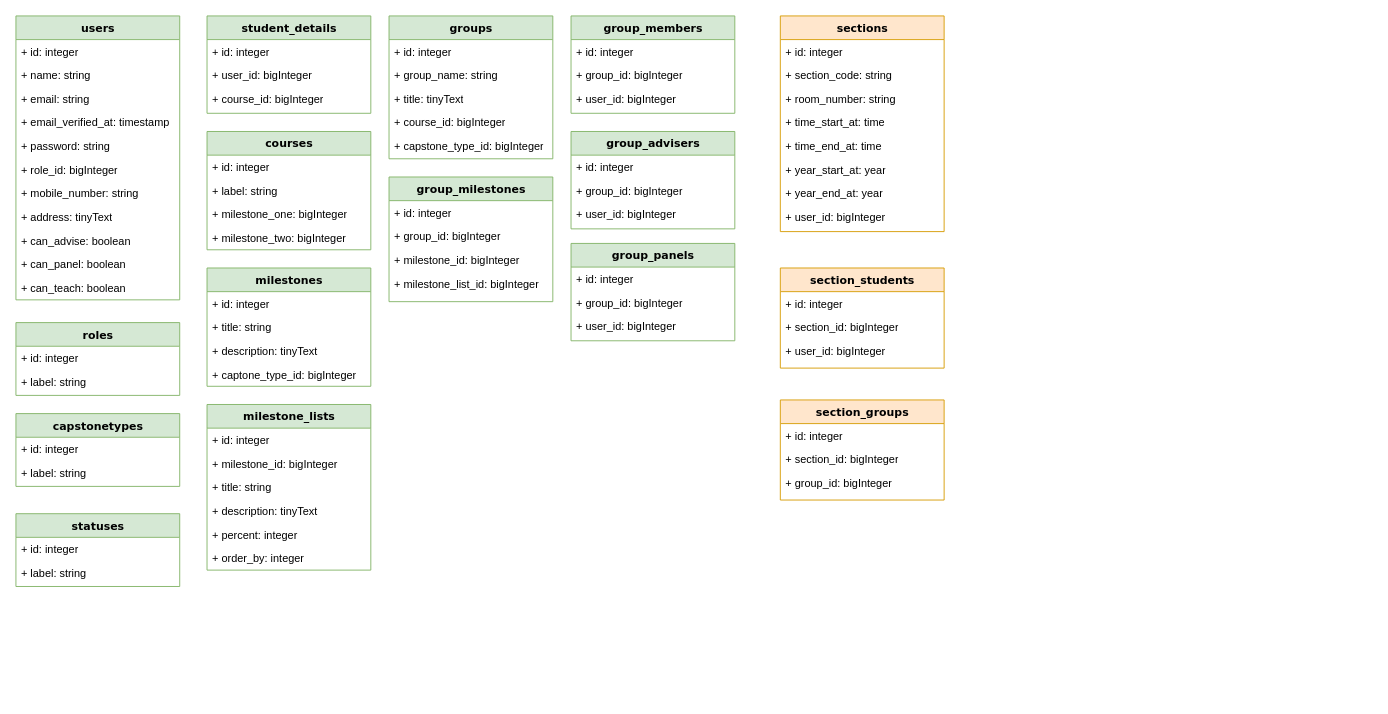
Before: database/schema.drawio in elur123/ccerms-api, a draw.io diagram. Source tidied: cells renumbered, new cells numbered last; positions are measured from the earlier drawing's top-left corner, leaving out a move shared by most shapes. Both pictures are drawn from the tidied source at 91%, with x=0, y=0 at pixel (15, 15).
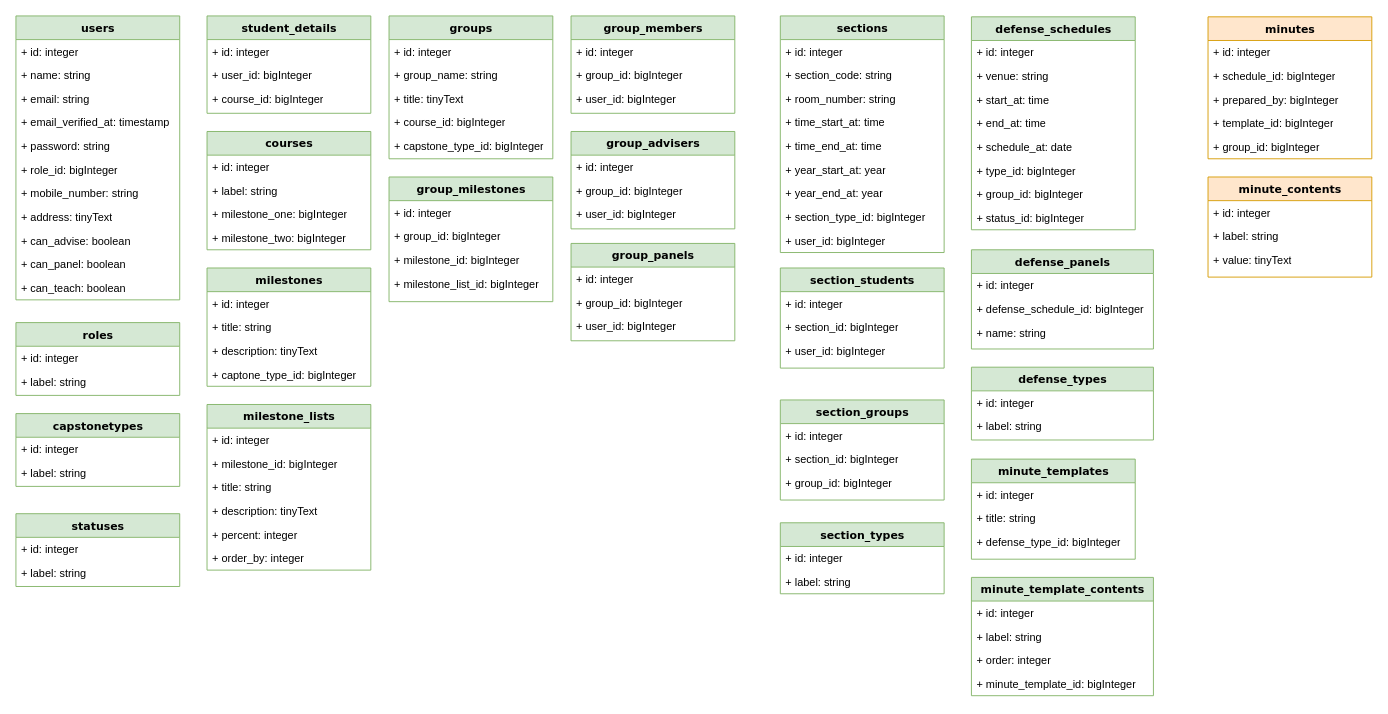
After the change.

The edit, as a diff of the source:
```diff
@@
-    <mxCell id="67" value="sections" style="swimlane;html=1;fontStyle=1;align=center;verticalAlign=top;horizontal=1;startSize=26;swimlaneFillColor=#ffffff;rounded=0;shadow=0;comic=0;labelBackgroundColor=none;strokeWidth=1;fillColor=#ffe6cc;fontFamily=Verdana;fontSize=12;strokeColor=#d79b00;" parent="1" vertex="1">
-      <mxGeometry x="840" width="180" height="237" as="geometry" />
+    <mxCell id="67" value="sections" style="swimlane;html=1;fontStyle=1;align=center;verticalAlign=top;horizontal=1;startSize=26;swimlaneFillColor=#ffffff;rounded=0;shadow=0;comic=0;labelBackgroundColor=none;strokeWidth=1;fillColor=#d5e8d4;fontFamily=Verdana;fontSize=12;strokeColor=#82b366;" parent="1" vertex="1">
+      <mxGeometry x="840" width="180" height="260" as="geometry" />
     </mxCell>
@@
-    <mxCell id="75" value="+ user_id: bigInteger" style="text;html=1;strokeColor=none;fillColor=none;align=left;verticalAlign=top;spacingLeft=4;spacingRight=4;whiteSpace=wrap;overflow=hidden;" parent="67" vertex="1">
+    <mxCell id="75" value="+ section_type_id: bigInteger" style="text;html=1;strokeColor=none;fillColor=none;align=left;verticalAlign=top;spacingLeft=4;spacingRight=4;whiteSpace=wrap;overflow=hidden;" parent="67" vertex="1">
       <mxGeometry y="208" width="180" height="26" as="geometry" />
     </mxCell>
+    <mxCell id="84" value="+ user_id: bigInteger" style="text;html=1;strokeColor=none;fillColor=none;align=left;verticalAlign=top;spacingLeft=4;spacingRight=4;whiteSpace=wrap;overflow=hidden;" parent="67" vertex="1">
+      <mxGeometry y="234" width="180" height="26" as="geometry" />
+    </mxCell>
-    <mxCell id="76" value="section_students" style="swimlane;html=1;fontStyle=1;align=center;verticalAlign=top;horizontal=1;startSize=26;swimlaneFillColor=#ffffff;rounded=0;shadow=0;comic=0;labelBackgroundColor=none;strokeWidth=1;fillColor=#ffe6cc;fontFamily=Verdana;fontSize=12;strokeColor=#d79b00;" parent="1" vertex="1">
+    <mxCell id="76" value="section_students" style="swimlane;html=1;fontStyle=1;align=center;verticalAlign=top;horizontal=1;startSize=26;swimlaneFillColor=#ffffff;rounded=0;shadow=0;comic=0;labelBackgroundColor=none;strokeWidth=1;fillColor=#d5e8d4;fontFamily=Verdana;fontSize=12;strokeColor=#82b366;" parent="1" vertex="1">
       <mxGeometry x="840" y="277" width="180" height="110" as="geometry" />
     </mxCell>
@@
-    <mxCell id="80" value="section_groups" style="swimlane;html=1;fontStyle=1;align=center;verticalAlign=top;horizontal=1;startSize=26;swimlaneFillColor=#ffffff;rounded=0;shadow=0;comic=0;labelBackgroundColor=none;strokeWidth=1;fillColor=#ffe6cc;fontFamily=Verdana;fontSize=12;strokeColor=#d79b00;" parent="1" vertex="1">
+    <mxCell id="80" value="section_groups" style="swimlane;html=1;fontStyle=1;align=center;verticalAlign=top;horizontal=1;startSize=26;swimlaneFillColor=#ffffff;rounded=0;shadow=0;comic=0;labelBackgroundColor=none;strokeWidth=1;fillColor=#d5e8d4;fontFamily=Verdana;fontSize=12;strokeColor=#82b366;" parent="1" vertex="1">
       <mxGeometry x="840" y="422" width="180" height="110" as="geometry" />
     </mxCell>
@@
+    <mxCell id="85" value="section_types" style="swimlane;html=1;fontStyle=1;align=center;verticalAlign=top;horizontal=1;startSize=26;swimlaneFillColor=#ffffff;rounded=0;shadow=0;comic=0;labelBackgroundColor=none;strokeWidth=1;fillColor=#d5e8d4;fontFamily=Verdana;fontSize=12;strokeColor=#82b366;" parent="1" vertex="1">
+      <mxGeometry x="840" y="557" width="180" height="78" as="geometry" />
+    </mxCell>
+    <mxCell id="86" value="+ id: integer" style="text;html=1;strokeColor=none;fillColor=none;align=left;verticalAlign=top;spacingLeft=4;spacingRight=4;whiteSpace=wrap;overflow=hidden;" parent="85" vertex="1">
+      <mxGeometry y="26" width="180" height="26" as="geometry" />
+    </mxCell>
+    <mxCell id="87" value="+ label: string" style="text;html=1;strokeColor=none;fillColor=none;align=left;verticalAlign=top;spacingLeft=4;spacingRight=4;whiteSpace=wrap;overflow=hidden;" parent="85" vertex="1">
+      <mxGeometry y="52" width="180" height="26" as="geometry" />
+    </mxCell>
+    <mxCell id="88" value="defense_schedules" style="swimlane;html=1;fontStyle=1;align=center;verticalAlign=top;horizontal=1;startSize=26;swimlaneFillColor=#ffffff;rounded=0;shadow=0;comic=0;labelBackgroundColor=none;strokeWidth=1;fillColor=#d5e8d4;fontFamily=Verdana;fontSize=12;strokeColor=#82b366;" parent="1" vertex="1">
+      <mxGeometry x="1050" y="1" width="180" height="234" as="geometry" />
+    </mxCell>
+    <mxCell id="89" value="+ id: integer" style="text;html=1;strokeColor=none;fillColor=none;align=left;verticalAlign=top;spacingLeft=4;spacingRight=4;whiteSpace=wrap;overflow=hidden;" parent="88" vertex="1">
+      <mxGeometry y="26" width="180" height="26" as="geometry" />
+    </mxCell>
+    <mxCell id="90" value="+ venue: string" style="text;html=1;strokeColor=none;fillColor=none;align=left;verticalAlign=top;spacingLeft=4;spacingRight=4;whiteSpace=wrap;overflow=hidden;" parent="88" vertex="1">
+      <mxGeometry y="52" width="180" height="26" as="geometry" />
+    </mxCell>
+    <mxCell id="91" value="+ start_at: time" style="text;html=1;strokeColor=none;fillColor=none;align=left;verticalAlign=top;spacingLeft=4;spacingRight=4;whiteSpace=wrap;overflow=hidden;" parent="88" vertex="1">
+      <mxGeometry y="78" width="180" height="26" as="geometry" />
+    </mxCell>
+    <mxCell id="92" value="+ end_at: time" style="text;html=1;strokeColor=none;fillColor=none;align=left;verticalAlign=top;spacingLeft=4;spacingRight=4;whiteSpace=wrap;overflow=hidden;" parent="88" vertex="1">
+      <mxGeometry y="104" width="180" height="26" as="geometry" />
+    </mxCell>
+    <mxCell id="93" value="+ schedule_at: date" style="text;html=1;strokeColor=none;fillColor=none;align=left;verticalAlign=top;spacingLeft=4;spacingRight=4;whiteSpace=wrap;overflow=hidden;" parent="88" vertex="1">
+      <mxGeometry y="130" width="180" height="26" as="geometry" />
+    </mxCell>
+    <mxCell id="94" value="+ type_id: bigInteger" style="text;html=1;strokeColor=none;fillColor=none;align=left;verticalAlign=top;spacingLeft=4;spacingRight=4;whiteSpace=wrap;overflow=hidden;" parent="88" vertex="1">
+      <mxGeometry y="156" width="180" height="26" as="geometry" />
+    </mxCell>
+    <mxCell id="95" value="+ group_id: bigInteger" style="text;html=1;strokeColor=none;fillColor=none;align=left;verticalAlign=top;spacingLeft=4;spacingRight=4;whiteSpace=wrap;overflow=hidden;" parent="88" vertex="1">
+      <mxGeometry y="182" width="180" height="26" as="geometry" />
+    </mxCell>
+    <mxCell id="96" value="+ status_id: bigInteger" style="text;html=1;strokeColor=none;fillColor=none;align=left;verticalAlign=top;spacingLeft=4;spacingRight=4;whiteSpace=wrap;overflow=hidden;" parent="88" vertex="1">
+      <mxGeometry y="208" width="180" height="26" as="geometry" />
+    </mxCell>
+    <mxCell id="97" value="defense_panels" style="swimlane;html=1;fontStyle=1;align=center;verticalAlign=top;horizontal=1;startSize=26;swimlaneFillColor=#ffffff;rounded=0;shadow=0;comic=0;labelBackgroundColor=none;strokeWidth=1;fillColor=#d5e8d4;fontFamily=Verdana;fontSize=12;strokeColor=#82b366;" parent="1" vertex="1">
+      <mxGeometry x="1050" y="257" width="200" height="109" as="geometry" />
+    </mxCell>
+    <mxCell id="98" value="+ id: integer" style="text;html=1;strokeColor=none;fillColor=none;align=left;verticalAlign=top;spacingLeft=4;spacingRight=4;whiteSpace=wrap;overflow=hidden;" parent="97" vertex="1">
+      <mxGeometry y="26" width="200" height="26" as="geometry" />
+    </mxCell>
+    <mxCell id="99" value="+ defense_schedule_id: bigInteger" style="text;html=1;strokeColor=none;fillColor=none;align=left;verticalAlign=top;spacingLeft=4;spacingRight=4;whiteSpace=wrap;overflow=hidden;" parent="97" vertex="1">
+      <mxGeometry y="52" width="200" height="26" as="geometry" />
+    </mxCell>
+    <mxCell id="100" value="+ name: string" style="text;html=1;strokeColor=none;fillColor=none;align=left;verticalAlign=top;spacingLeft=4;spacingRight=4;whiteSpace=wrap;overflow=hidden;" parent="97" vertex="1">
+      <mxGeometry y="78" width="200" height="26" as="geometry" />
+    </mxCell>
+    <mxCell id="101" value="defense_types" style="swimlane;html=1;fontStyle=1;align=center;verticalAlign=top;horizontal=1;startSize=26;swimlaneFillColor=#ffffff;rounded=0;shadow=0;comic=0;labelBackgroundColor=none;strokeWidth=1;fillColor=#d5e8d4;fontFamily=Verdana;fontSize=12;strokeColor=#82b366;" parent="1" vertex="1">
+      <mxGeometry x="1050" y="386" width="200" height="80" as="geometry" />
+    </mxCell>
+    <mxCell id="102" value="+ id: integer" style="text;html=1;strokeColor=none;fillColor=none;align=left;verticalAlign=top;spacingLeft=4;spacingRight=4;whiteSpace=wrap;overflow=hidden;" parent="101" vertex="1">
+      <mxGeometry y="26" width="200" height="26" as="geometry" />
+    </mxCell>
+    <mxCell id="103" value="+ label: string" style="text;html=1;strokeColor=none;fillColor=none;align=left;verticalAlign=top;spacingLeft=4;spacingRight=4;whiteSpace=wrap;overflow=hidden;" parent="101" vertex="1">
+      <mxGeometry y="52" width="200" height="26" as="geometry" />
+    </mxCell>
+    <mxCell id="104" value="minute_templates" style="swimlane;html=1;fontStyle=1;align=center;verticalAlign=top;horizontal=1;startSize=26;swimlaneFillColor=#ffffff;rounded=0;shadow=0;comic=0;labelBackgroundColor=none;strokeWidth=1;fillColor=#d5e8d4;fontFamily=Verdana;fontSize=12;strokeColor=#82b366;" parent="1" vertex="1">
+      <mxGeometry x="1050" y="487" width="180" height="110" as="geometry" />
+    </mxCell>
+    <mxCell id="105" value="+ id: integer" style="text;html=1;strokeColor=none;fillColor=none;align=left;verticalAlign=top;spacingLeft=4;spacingRight=4;whiteSpace=wrap;overflow=hidden;" parent="104" vertex="1">
+      <mxGeometry y="26" width="180" height="26" as="geometry" />
+    </mxCell>
+    <mxCell id="106" value="+ title: string" style="text;html=1;strokeColor=none;fillColor=none;align=left;verticalAlign=top;spacingLeft=4;spacingRight=4;whiteSpace=wrap;overflow=hidden;" parent="104" vertex="1">
+      <mxGeometry y="52" width="180" height="26" as="geometry" />
+    </mxCell>
+    <mxCell id="107" value="+ defense_type_id: bigInteger" style="text;html=1;strokeColor=none;fillColor=none;align=left;verticalAlign=top;spacingLeft=4;spacingRight=4;whiteSpace=wrap;overflow=hidden;" parent="104" vertex="1">
+      <mxGeometry y="78" width="180" height="26" as="geometry" />
+    </mxCell>
+    <mxCell id="108" value="minute_template_contents" style="swimlane;html=1;fontStyle=1;align=center;verticalAlign=top;horizontal=1;startSize=26;swimlaneFillColor=#ffffff;rounded=0;shadow=0;comic=0;labelBackgroundColor=none;strokeWidth=1;fillColor=#d5e8d4;fontFamily=Verdana;fontSize=12;strokeColor=#82b366;" parent="1" vertex="1">
+      <mxGeometry x="1050" y="617" width="200" height="130" as="geometry" />
+    </mxCell>
+    <mxCell id="109" value="+ id: integer" style="text;html=1;strokeColor=none;fillColor=none;align=left;verticalAlign=top;spacingLeft=4;spacingRight=4;whiteSpace=wrap;overflow=hidden;" parent="108" vertex="1">
+      <mxGeometry y="26" width="200" height="26" as="geometry" />
+    </mxCell>
+    <mxCell id="110" value="+ label: string" style="text;html=1;strokeColor=none;fillColor=none;align=left;verticalAlign=top;spacingLeft=4;spacingRight=4;whiteSpace=wrap;overflow=hidden;" parent="108" vertex="1">
+      <mxGeometry y="52" width="200" height="26" as="geometry" />
+    </mxCell>
+    <mxCell id="111" value="+ order: integer" style="text;html=1;strokeColor=none;fillColor=none;align=left;verticalAlign=top;spacingLeft=4;spacingRight=4;whiteSpace=wrap;overflow=hidden;" parent="108" vertex="1">
+      <mxGeometry y="78" width="200" height="26" as="geometry" />
+    </mxCell>
+    <mxCell id="112" value="+ minute_template_id: bigInteger" style="text;html=1;strokeColor=none;fillColor=none;align=left;verticalAlign=top;spacingLeft=4;spacingRight=4;whiteSpace=wrap;overflow=hidden;" parent="108" vertex="1">
+      <mxGeometry y="104" width="200" height="26" as="geometry" />
+    </mxCell>
+    <mxCell id="113" value="minutes" style="swimlane;html=1;fontStyle=1;align=center;verticalAlign=top;horizontal=1;startSize=26;swimlaneFillColor=#ffffff;rounded=0;shadow=0;comic=0;labelBackgroundColor=none;strokeWidth=1;fillColor=#ffe6cc;fontFamily=Verdana;fontSize=12;strokeColor=#d79b00;" parent="1" vertex="1">
+      <mxGeometry x="1310" y="1" width="180" height="156" as="geometry" />
+    </mxCell>
+    <mxCell id="114" value="+ id: integer" style="text;html=1;strokeColor=none;fillColor=none;align=left;verticalAlign=top;spacingLeft=4;spacingRight=4;whiteSpace=wrap;overflow=hidden;" parent="113" vertex="1">
+      <mxGeometry y="26" width="180" height="26" as="geometry" />
+    </mxCell>
+    <mxCell id="115" value="+ schedule_id: bigInteger" style="text;html=1;strokeColor=none;fillColor=none;align=left;verticalAlign=top;spacingLeft=4;spacingRight=4;whiteSpace=wrap;overflow=hidden;" parent="113" vertex="1">
+      <mxGeometry y="52" width="180" height="26" as="geometry" />
+    </mxCell>
+    <mxCell id="116" value="+ prepared_by: bigInteger" style="text;html=1;strokeColor=none;fillColor=none;align=left;verticalAlign=top;spacingLeft=4;spacingRight=4;whiteSpace=wrap;overflow=hidden;" parent="113" vertex="1">
+      <mxGeometry y="78" width="180" height="26" as="geometry" />
+    </mxCell>
+    <mxCell id="117" value="+ template_id: bigInteger" style="text;html=1;strokeColor=none;fillColor=none;align=left;verticalAlign=top;spacingLeft=4;spacingRight=4;whiteSpace=wrap;overflow=hidden;" parent="113" vertex="1">
+      <mxGeometry y="104" width="180" height="26" as="geometry" />
+    </mxCell>
+    <mxCell id="118" value="+ group_id: bigInteger" style="text;html=1;strokeColor=none;fillColor=none;align=left;verticalAlign=top;spacingLeft=4;spacingRight=4;whiteSpace=wrap;overflow=hidden;" parent="113" vertex="1">
+      <mxGeometry y="130" width="180" height="26" as="geometry" />
+    </mxCell>
+    <mxCell id="119" value="minute_contents" style="swimlane;html=1;fontStyle=1;align=center;verticalAlign=top;horizontal=1;startSize=26;swimlaneFillColor=#ffffff;rounded=0;shadow=0;comic=0;labelBackgroundColor=none;strokeWidth=1;fillColor=#ffe6cc;fontFamily=Verdana;fontSize=12;strokeColor=#d79b00;" parent="1" vertex="1">
+      <mxGeometry x="1310" y="177" width="180" height="110" as="geometry" />
+    </mxCell>
+    <mxCell id="120" value="+ id: integer" style="text;html=1;strokeColor=none;fillColor=none;align=left;verticalAlign=top;spacingLeft=4;spacingRight=4;whiteSpace=wrap;overflow=hidden;" parent="119" vertex="1">
+      <mxGeometry y="26" width="180" height="26" as="geometry" />
+    </mxCell>
+    <mxCell id="121" value="+ label: string" style="text;html=1;strokeColor=none;fillColor=none;align=left;verticalAlign=top;spacingLeft=4;spacingRight=4;whiteSpace=wrap;overflow=hidden;" parent="119" vertex="1">
+      <mxGeometry y="52" width="180" height="26" as="geometry" />
+    </mxCell>
+    <mxCell id="122" value="+ value: tinyText" style="text;html=1;strokeColor=none;fillColor=none;align=left;verticalAlign=top;spacingLeft=4;spacingRight=4;whiteSpace=wrap;overflow=hidden;" parent="119" vertex="1">
+      <mxGeometry y="78" width="180" height="26" as="geometry" />
+    </mxCell>
```
